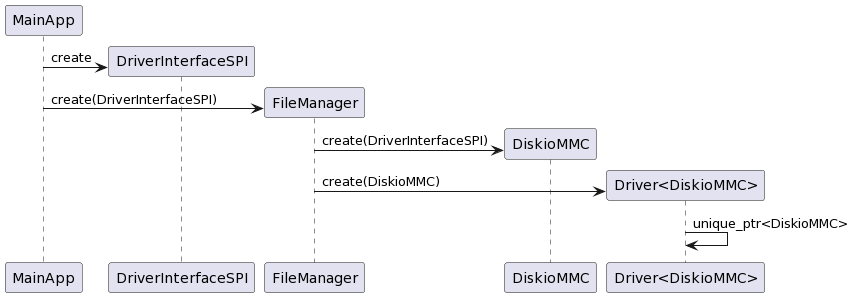
Before: doc/cpp_fatfs-InitSequence.png, a diagram exported from PlantUML (cracked-machine/cpp_fatfs). The source it was exported from:
```plantuml
@startuml
MainApp -> DriverInterfaceSPI ** : create
MainApp -> FileManager ** : create(DriverInterfaceSPI)
FileManager -> DiskioMMC ** : create(DriverInterfaceSPI)
FileManager -> "Driver<DiskioMMC>" ** : create(DiskioMMC)
"Driver<DiskioMMC>" -> "Driver<DiskioMMC>" : unique_ptr<DiskioMMC>
@enduml
```
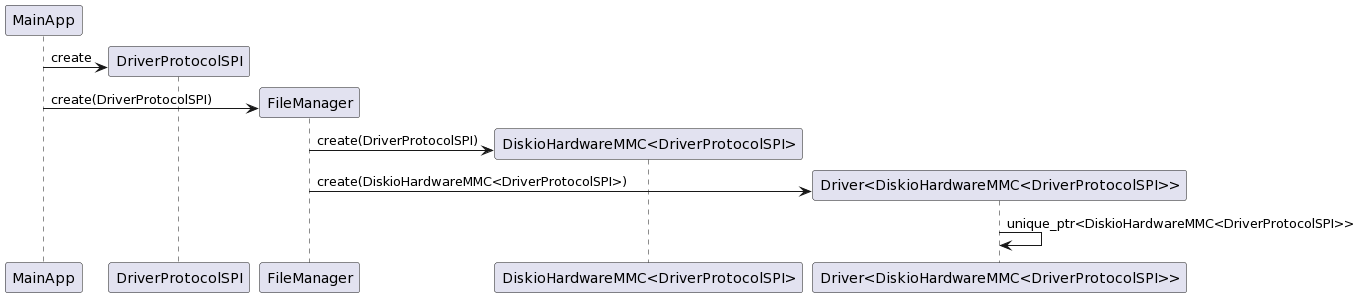
Above is the later version.

The edit, as a diff of the source:
```diff
@@ -1,7 +1,7 @@
 @startuml
-MainApp -> DriverInterfaceSPI ** : create
-MainApp -> FileManager ** : create(DriverInterfaceSPI)
-FileManager -> DiskioMMC ** : create(DriverInterfaceSPI)
-FileManager -> "Driver<DiskioMMC>" ** : create(DiskioMMC)
-"Driver<DiskioMMC>" -> "Driver<DiskioMMC>" : unique_ptr<DiskioMMC>
+MainApp -> DriverProtocolSPI ** : create
+MainApp -> FileManager ** : create(DriverProtocolSPI)
+FileManager -> "DiskioHardwareMMC<DriverProtocolSPI>" ** : create(DriverProtocolSPI)
+FileManager -> "Driver<DiskioHardwareMMC<DriverProtocolSPI>>" ** : create(DiskioHardwareMMC<DriverProtocolSPI>)
+"Driver<DiskioHardwareMMC<DriverProtocolSPI>>" -> "Driver<DiskioHardwareMMC<DriverProtocolSPI>>" : unique_ptr<DiskioHardwareMMC<DriverProtocolSPI>>
 @enduml
```
